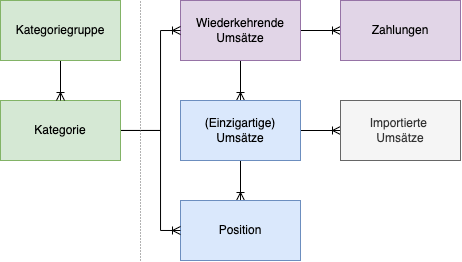
This is user_manual/img/DataModel.drawio.png from tpoerschke/BudgetBook, a draw.io export, as it was before one commit. Source tidied: cells renumbered, new cells last; positions are measured from the earlier drawing's top-left corner, leaving out a move shared by most shapes. The source it was exported from:
```xml
<mxGraphModel>
  <root>
    <mxCell id="0" />
    <mxCell id="1" parent="0" />
    <mxCell id="2" style="edgeStyle=orthogonalEdgeStyle;rounded=0;jettySize=auto;html=1;entryX=0.5;entryY=0;entryDx=0;entryDy=0;endArrow=ERoneToMany;endFill=0;" parent="1" edge="1" source="4" target="7">
      <mxGeometry relative="1" as="geometry" />
    </mxCell>
    <mxCell id="3" style="edgeStyle=orthogonalEdgeStyle;rounded=0;jettySize=auto;html=1;entryX=0;entryY=0.5;entryDx=0;entryDy=0;endArrow=ERoneToMany;endFill=0;" parent="1" edge="1" source="4" target="8">
      <mxGeometry relative="1" as="geometry" />
    </mxCell>
    <mxCell id="4" value="Wiederkehrende Umsätze" style="rounded=0;whiteSpace=wrap;html=1;fillColor=#e1d5e7;strokeColor=#9673a6;" parent="1" vertex="1">
      <mxGeometry x="180" width="120" height="60" as="geometry" />
    </mxCell>
    <mxCell id="5" style="edgeStyle=orthogonalEdgeStyle;rounded=0;jettySize=auto;html=1;entryX=0;entryY=0.5;entryDx=0;entryDy=0;endArrow=ERoneToMany;endFill=0;" parent="1" edge="1" source="7" target="9">
      <mxGeometry relative="1" as="geometry" />
    </mxCell>
    <mxCell id="6" style="edgeStyle=orthogonalEdgeStyle;rounded=0;jettySize=auto;html=1;entryX=0.5;entryY=0;entryDx=0;entryDy=0;endArrow=ERoneToMany;endFill=0;" parent="1" edge="1" source="7" target="10">
      <mxGeometry relative="1" as="geometry" />
    </mxCell>
    <mxCell id="7" value="(Einzigartige)&lt;br&gt;Umsätze" style="rounded=0;whiteSpace=wrap;html=1;fillColor=#dae8fc;strokeColor=#6c8ebf;" parent="1" vertex="1">
      <mxGeometry x="180" y="100" width="120" height="60" as="geometry" />
    </mxCell>
    <mxCell id="8" value="Zahlungen" style="rounded=0;whiteSpace=wrap;html=1;fillColor=#e1d5e7;strokeColor=#9673a6;" parent="1" vertex="1">
      <mxGeometry x="340" width="120" height="60" as="geometry" />
    </mxCell>
    <mxCell id="9" value="Importierte &lt;br&gt;Umsätze" style="rounded=0;whiteSpace=wrap;html=1;fillColor=#f5f5f5;fontColor=#333333;strokeColor=#666666;" parent="1" vertex="1">
      <mxGeometry x="340" y="100" width="120" height="60" as="geometry" />
    </mxCell>
    <mxCell id="10" value="Position" style="rounded=0;whiteSpace=wrap;html=1;fillColor=#dae8fc;strokeColor=#6c8ebf;" parent="1" vertex="1">
      <mxGeometry x="180" y="200" width="120" height="60" as="geometry" />
    </mxCell>
    <mxCell id="11" style="edgeStyle=orthogonalEdgeStyle;rounded=0;jettySize=auto;html=1;entryX=0;entryY=0.5;entryDx=0;entryDy=0;endArrow=ERoneToMany;endFill=0;" parent="1" edge="1" source="13" target="10">
      <mxGeometry relative="1" as="geometry">
        <Array as="points">
          <mxPoint x="160" y="130" />
          <mxPoint x="160" y="230" />
        </Array>
      </mxGeometry>
    </mxCell>
    <mxCell id="12" style="edgeStyle=orthogonalEdgeStyle;rounded=0;jettySize=auto;html=1;entryX=0;entryY=0.5;entryDx=0;entryDy=0;endArrow=ERoneToMany;endFill=0;" parent="1" edge="1" source="13" target="4">
      <mxGeometry relative="1" as="geometry">
        <Array as="points">
          <mxPoint x="160" y="130" />
          <mxPoint x="160" y="30" />
        </Array>
      </mxGeometry>
    </mxCell>
    <mxCell id="13" value="Kategorie" style="rounded=0;whiteSpace=wrap;html=1;fillColor=#d5e8d4;strokeColor=#82b366;" parent="1" vertex="1">
      <mxGeometry y="100" width="120" height="60" as="geometry" />
    </mxCell>
    <mxCell id="14" style="edgeStyle=orthogonalEdgeStyle;rounded=0;jettySize=auto;html=1;entryX=0.5;entryY=0;entryDx=0;entryDy=0;endArrow=ERoneToMany;endFill=0;" parent="1" edge="1" source="15" target="13">
      <mxGeometry relative="1" as="geometry" />
    </mxCell>
    <mxCell id="15" value="Kategoriegruppe" style="rounded=0;whiteSpace=wrap;html=1;fillColor=#d5e8d4;strokeColor=#82b366;" parent="1" vertex="1">
      <mxGeometry width="120" height="60" as="geometry" />
    </mxCell>
    <mxCell id="16" style="endArrow=none;dashed=1;html=1;dashPattern=1 2;strokeWidth=1;rounded=0;fillColor=#f5f5f5;strokeColor=#666666;" parent="1" edge="1">
      <mxGeometry relative="1" as="geometry">
        <mxPoint x="140" y="260" as="sourcePoint" />
        <mxPoint x="140" as="targetPoint" />
      </mxGeometry>
    </mxCell>
  </root>
</mxGraphModel>
```
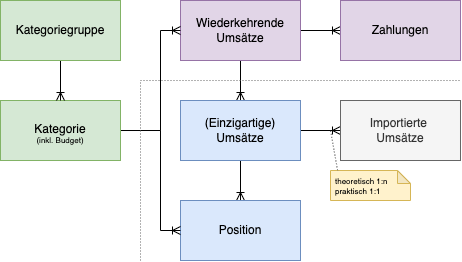
Above is the later version.

Change to the diagram source:
```diff
@@ -45,7 +45,7 @@
         </Array>
       </mxGeometry>
     </mxCell>
-    <mxCell id="13" value="Kategorie" style="rounded=0;whiteSpace=wrap;html=1;fillColor=#d5e8d4;strokeColor=#82b366;" parent="1" vertex="1">
+    <mxCell id="13" value="&lt;p style=&quot;line-height: 0.9;&quot;&gt;Kategorie&lt;br&gt;&lt;font style=&quot;font-size: 8px; line-height: 1.2;&quot;&gt;(inkl. Budget)&lt;/font&gt;&lt;/p&gt;" style="rounded=0;whiteSpace=wrap;html=1;fillColor=#d5e8d4;strokeColor=#82b366;verticalAlign=bottom;" parent="1" vertex="1">
       <mxGeometry y="100" width="120" height="60" as="geometry" />
     </mxCell>
     <mxCell id="14" style="edgeStyle=orthogonalEdgeStyle;rounded=0;jettySize=auto;html=1;entryX=0.5;entryY=0;entryDx=0;entryDy=0;endArrow=ERoneToMany;endFill=0;" parent="1" edge="1" source="15" target="13">
@@ -57,8 +57,19 @@
     <mxCell id="16" style="endArrow=none;dashed=1;html=1;dashPattern=1 2;strokeWidth=1;rounded=0;fillColor=#f5f5f5;strokeColor=#666666;" parent="1" edge="1">
       <mxGeometry relative="1" as="geometry">
         <mxPoint x="140" y="260" as="sourcePoint" />
-        <mxPoint x="140" as="targetPoint" />
+        <mxPoint x="460" y="80" as="targetPoint" />
+        <Array as="points">
+          <mxPoint x="140" y="80" />
+        </Array>
       </mxGeometry>
     </mxCell>
+    <mxCell id="17" value="theoretisch 1:n praktisch 1:1" style="shape=note;whiteSpace=wrap;html=1;backgroundOutline=1;darkOpacity=0.05;fillColor=#fff2cc;strokeColor=#d6b656;size=13;align=left;spacingLeft=3;fontSize=8;verticalAlign=top;sketch=0;" parent="1" vertex="1">
+      <mxGeometry x="330" y="170" width="80" height="30" as="geometry" />
+    </mxCell>
+    <mxCell id="18" style="endArrow=none;dashed=1;html=1;dashPattern=1 2;strokeWidth=1;rounded=0;fillColor=#f5f5f5;strokeColor=#666666;exitX=0.089;exitY=-0.008;exitDx=0;exitDy=0;exitPerimeter=0;" parent="1" edge="1" source="17">
+      <mxGeometry relative="1" as="geometry">
+        <mxPoint x="330" y="130" as="targetPoint" />
+      </mxGeometry>
+    </mxCell>
   </root>
 </mxGraphModel>
```
